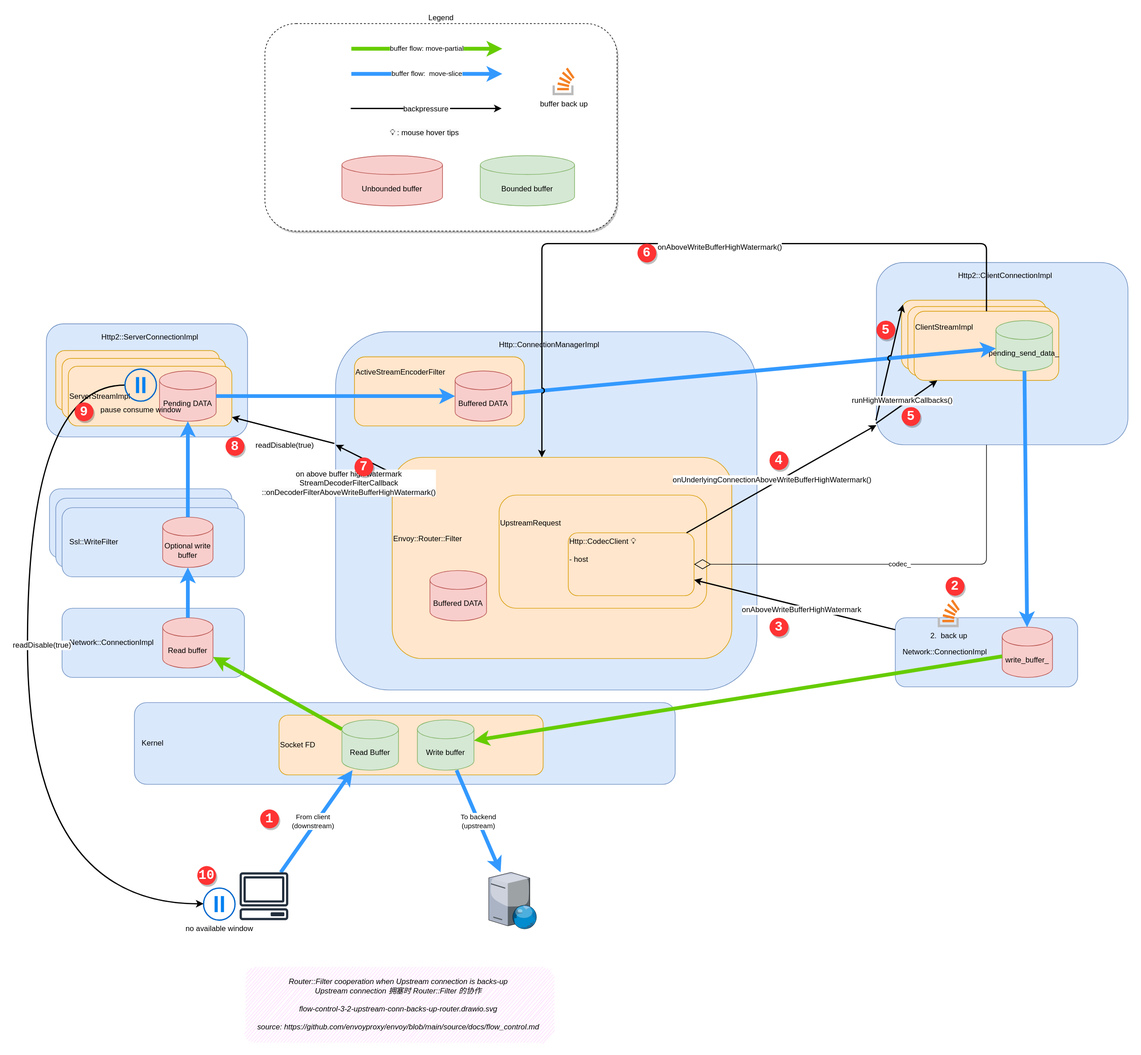
labilezhu/istio-insider keeps this draw.io diagram as docs/source/ch2-envoy/arch/flow-control/flow-control-3-2-upstream-conn-backs-up-router.drawio.svg. Above is the earlier version. Source tidied: cells renumbered, new cells last; positions are measured from the earlier drawing's top-left corner, leaving out a move shared by most shapes.
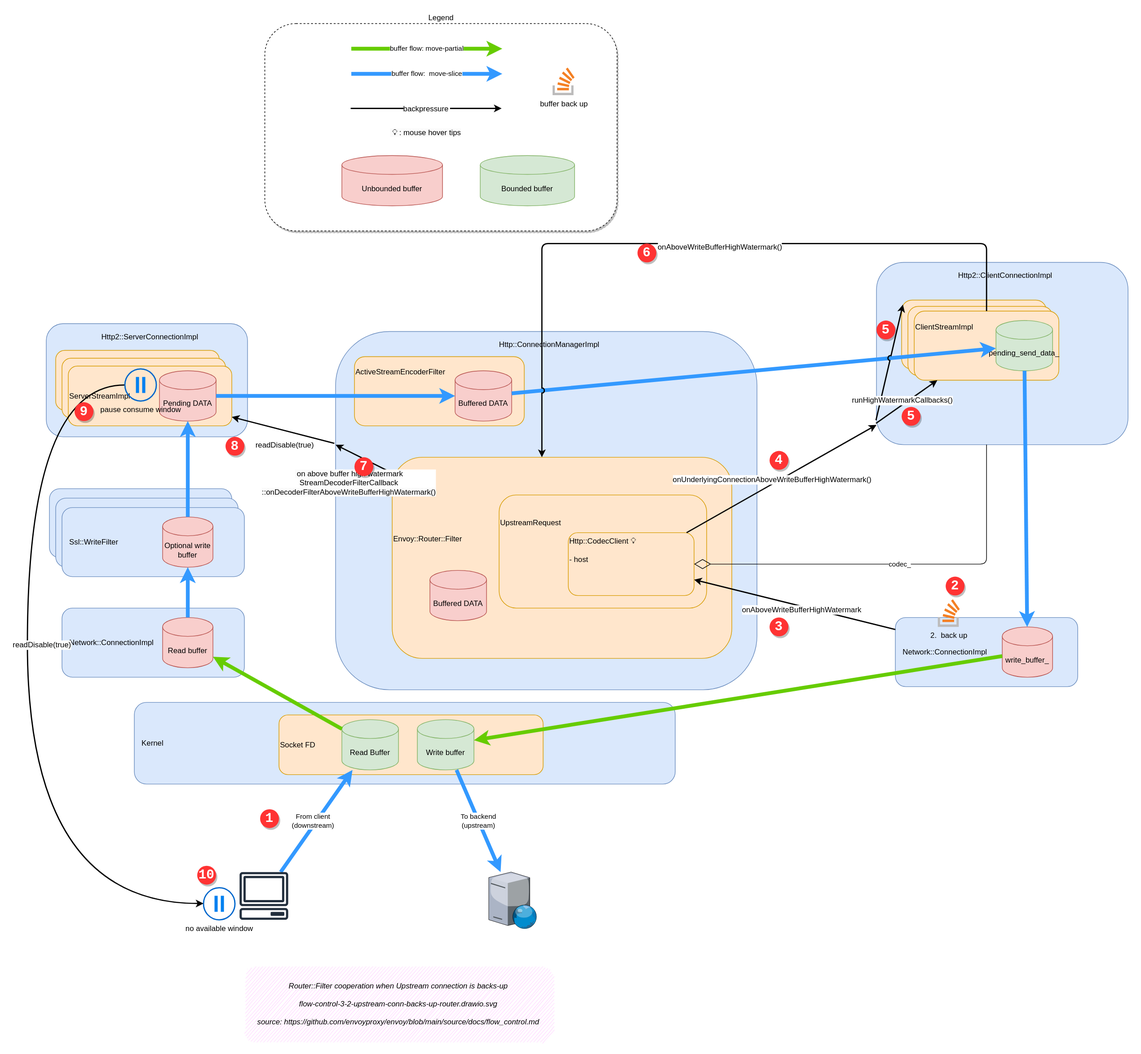
The same file after the commit.

What changed in the source:
```diff
@@ -14,7 +14,7 @@
     <mxCell id="5" value="Ssl::WriteFilter" style="rounded=1;whiteSpace=wrap;html=1;fillColor=#dae8fc;strokeColor=#6c8ebf;align=left;spacingLeft=10;" parent="1" vertex="1">
       <mxGeometry x="45" y="755" width="290" height="110" as="geometry" />
     </mxCell>
-    <object id="6" label="&lt;font style=&quot;&quot;&gt;Router::Filter cooperation when Upstream connection is backs-up&lt;br&gt;&amp;nbsp;Upstream connection 拥塞时 Router::Filter 的协作&lt;br&gt;&lt;br&gt;%page%&lt;br&gt;&lt;br&gt;source:&amp;nbsp;&lt;a href=&quot;https://github.com/envoyproxy/envoy/blob/main/source/docs/flow_control.md&quot;&gt;https://github.com/envoyproxy/envoy/blob/main/source/docs/flow_control.md&lt;/a&gt;&lt;br&gt;&lt;/font&gt;" a="b" placeholders="1">
+    <object id="6" label="&lt;font style=&quot;&quot;&gt;Router::Filter cooperation when Upstream connection is backs-up&lt;br&gt;&lt;br&gt;%page%&lt;br&gt;&lt;br&gt;source:&amp;nbsp;&lt;a href=&quot;https://github.com/envoyproxy/envoy/blob/main/source/docs/flow_control.md&quot;&gt;https://github.com/envoyproxy/envoy/blob/main/source/docs/flow_control.md&lt;/a&gt;&lt;br&gt;&lt;/font&gt;" a="b" placeholders="1">
       <mxCell style="text;html=1;strokeColor=none;fillColor=#FFCCFF;align=center;verticalAlign=middle;whiteSpace=wrap;rounded=1;glass=0;sketch=1;shadow=0;fontStyle=2;fontSize=12;" parent="1" vertex="1">
         <mxGeometry x="345" y="1500" width="490" height="120" as="geometry" />
       </mxCell>
```
